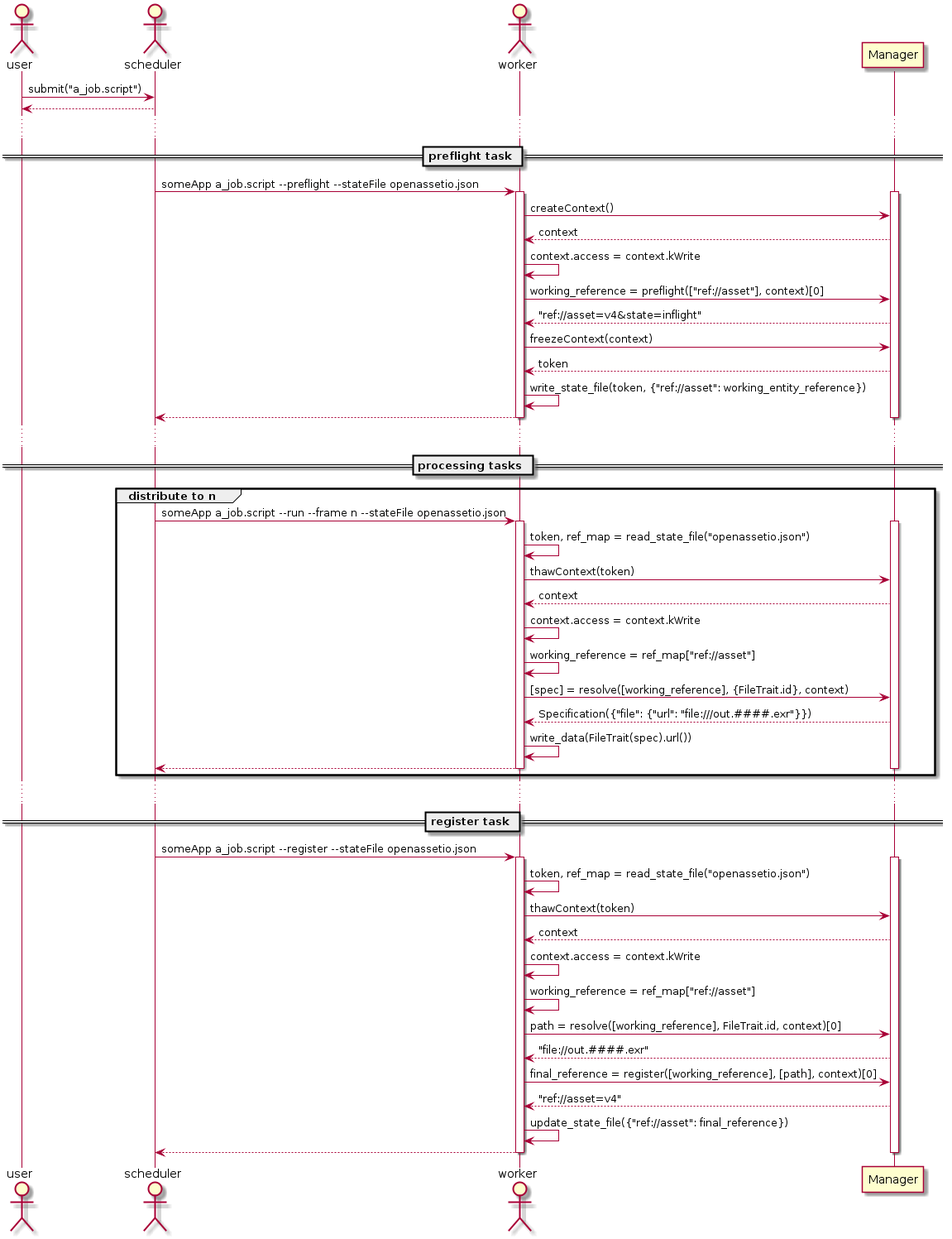
The PlantUML diagram docs/inline_umlgraph_2.png in OpenAssetIO/OpenAssetIO, before a commit.
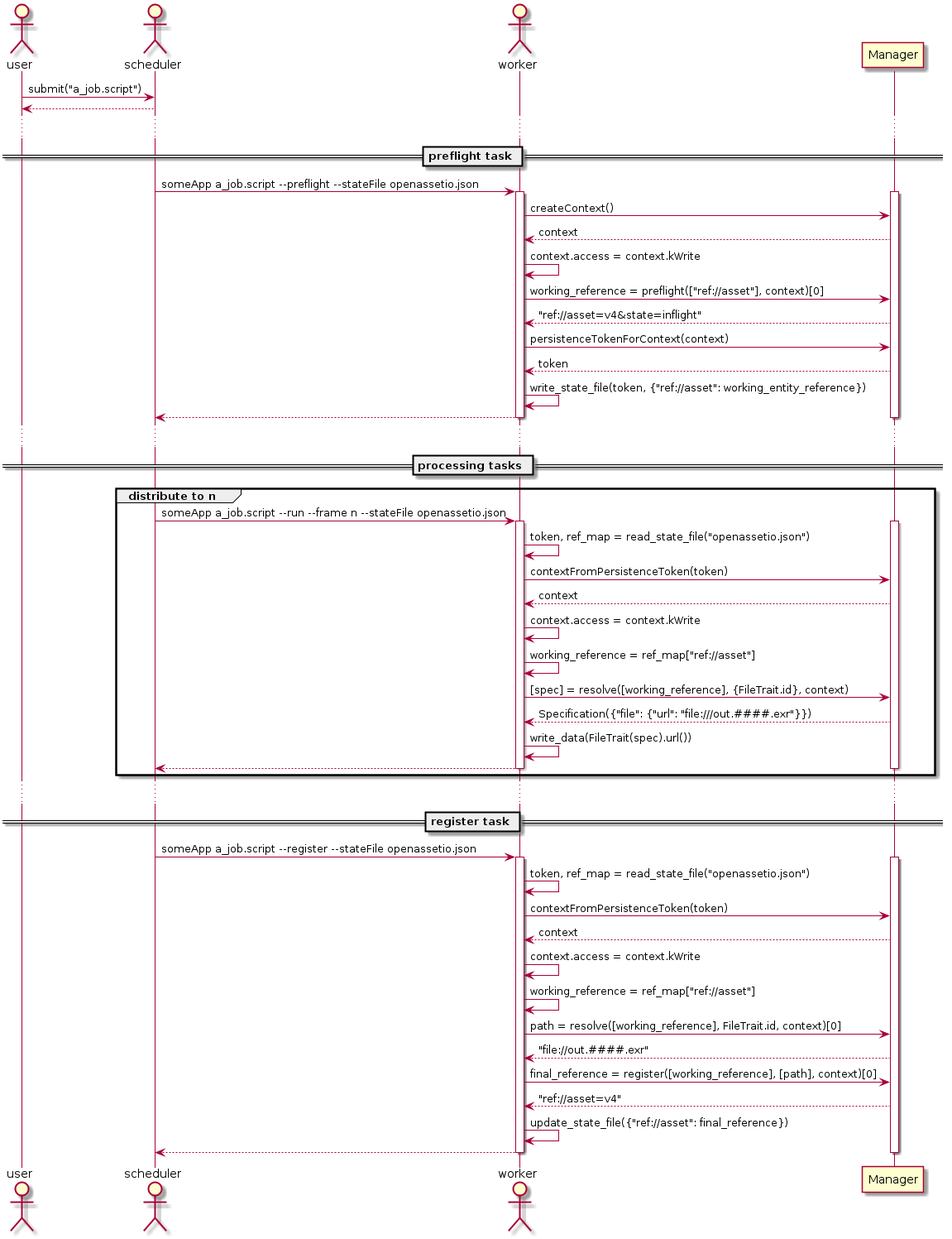
Later version of the same file.

What changed in the source:
```diff
@@ -14,7 +14,7 @@
 worker -> worker : context.access = context.kWrite
 worker -> Manager : working_reference = preflight(["ref://asset"], context)[0]
 Manager --> worker : "ref://asset=v4&state=inflight"
-worker -> Manager : freezeContext(context)
+worker -> Manager : persistenceTokenForContext(context)
 Manager --> worker : token
 worker -> worker : write_state_file(token, {"ref://asset": working_entity_reference})
 worker --> scheduler
@@ -27,7 +27,7 @@
     activate worker
     activate Manager
     worker -> worker : token, ref_map = read_state_file("openassetio.json")
-    worker -> Manager : thawContext(token)
+    worker -> Manager : contextFromPersistenceToken(token)
     Manager --> worker : context
     worker -> worker : context.access = context.kWrite
     worker -> worker : working_reference = ref_map["ref://asset"]
@@ -44,7 +44,7 @@
 activate worker
 activate Manager
 worker -> worker : token, ref_map = read_state_file("openassetio.json")
-worker -> Manager : thawContext(token)
+worker -> Manager : contextFromPersistenceToken(token)
 Manager --> worker : context
 worker -> worker : context.access = context.kWrite
 worker -> worker : working_reference = ref_map["ref://asset"]
```
